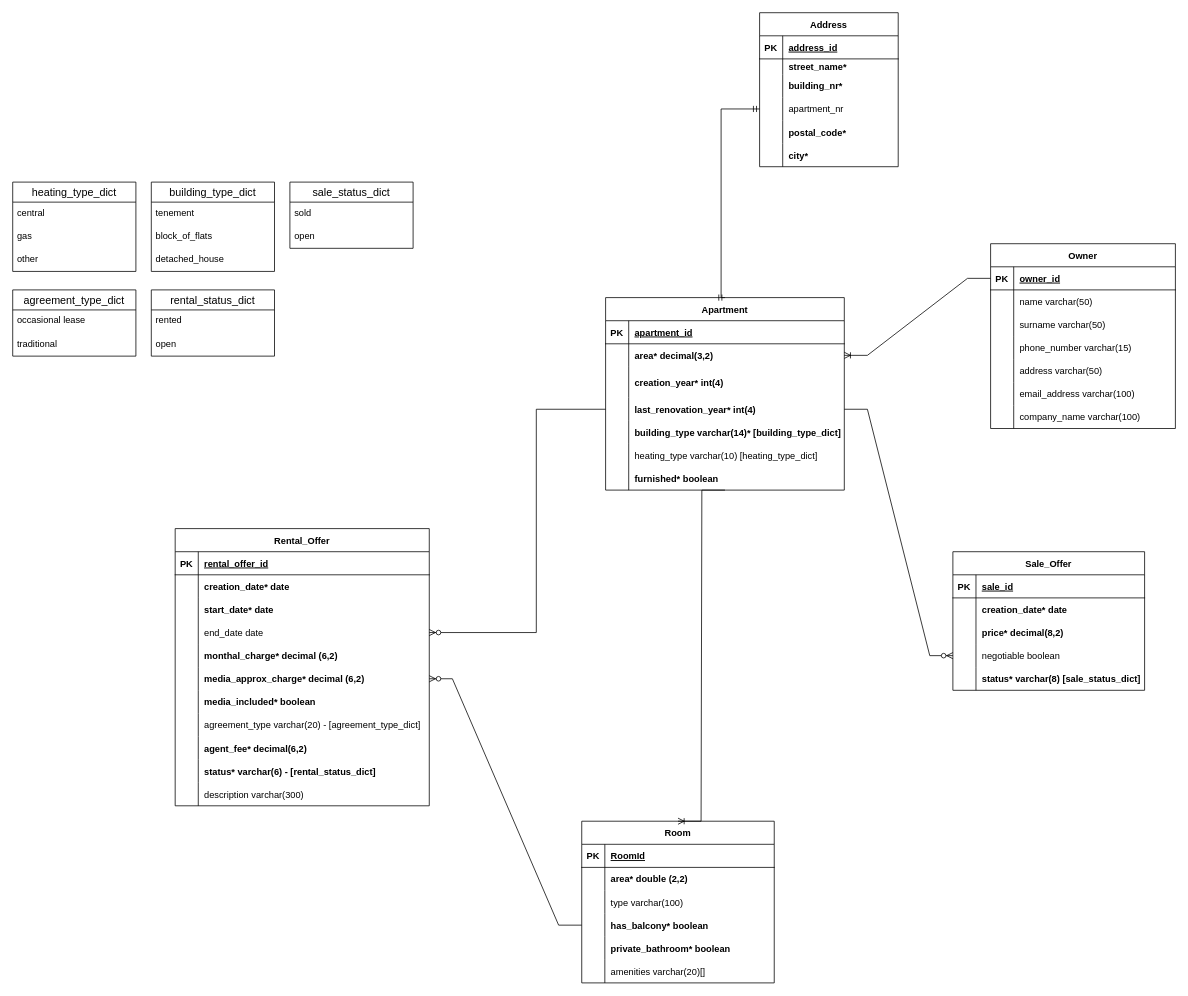
The draw.io diagram data_modeling/RBDMS/data_model.drawio in karolina-kuna/PK_ZTBD_PROJ_1, before the edit. Source tidied: cells renumbered, new cells numbered last; positions are measured from the earlier drawing's top-left corner, leaving out a move shared by most shapes. Both pictures are drawn from the tidied source at 77%, with x=0, y=0 at pixel (12, 12).
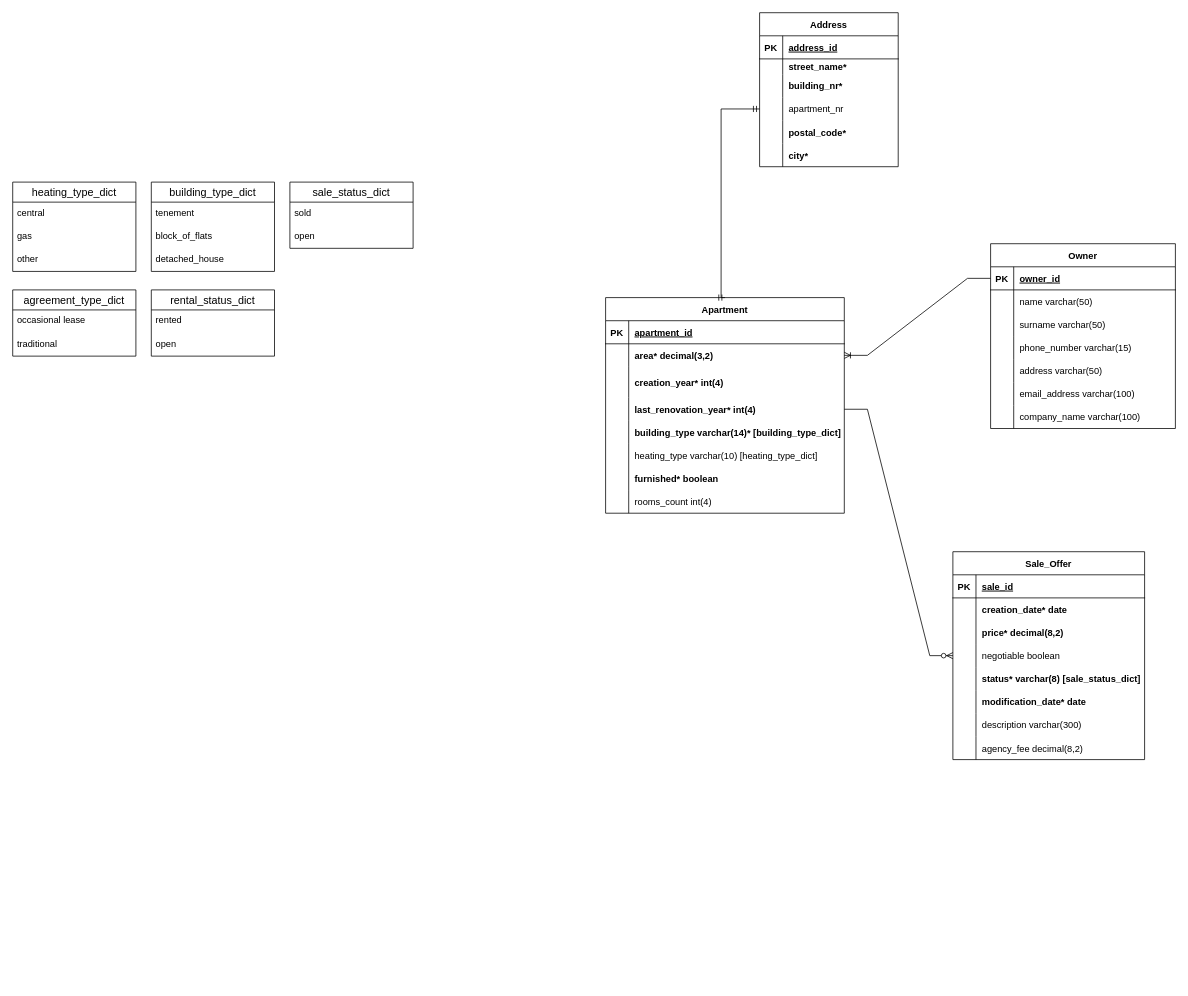
The same diagram, later.

Commit message:
Updated RDBMS model

Unchanged cells that the change refers to:
```xml
<mxCell id="12" style="shape=tableRow;horizontal=0;startSize=0;swimlaneHead=0;swimlaneBody=0;fillColor=none;points=[[0,0.5],[1,0.5]];portConstraint=eastwest;top=0;left=0;right=0;bottom=0;" parent="2" vertex="1">
  <mxGeometry y="130" width="310" height="30" as="geometry" />
</mxCell>
```

Change to the diagram source:
```diff
@@
     <mxCell id="2" value="Apartment" style="shape=table;startSize=30;childLayout=tableLayout;rowLines=0;fontStyle=1;align=center;" parent="1" vertex="1">
-      <mxGeometry x="770" y="370" width="310" height="250" as="geometry" />
+      <mxGeometry x="770" y="370" width="310" height="280" as="geometry" />
     </mxCell>
@@
+    <mxCell id="157" style="shape=tableRow;horizontal=0;startSize=0;swimlaneHead=0;swimlaneBody=0;fillColor=none;top=0;left=0;right=0;bottom=0;" parent="2" vertex="1">
+      <mxGeometry y="250" width="310" height="30" as="geometry" />
+    </mxCell>
+    <mxCell id="158" style="shape=partialRectangle;fillColor=none;top=0;left=0;bottom=0;right=0;overflow=hidden;" parent="157" vertex="1">
+      <mxGeometry width="30" height="30" as="geometry" />
+    </mxCell>
+    <mxCell id="159" value="rooms_count int(4)" style="shape=partialRectangle;fillColor=none;top=0;left=0;bottom=0;right=0;align=left;spacingLeft=6;overflow=hidden;" parent="157" vertex="1">
+      <mxGeometry x="30" width="280" height="30" as="geometry" />
+    </mxCell>
@@
-    <mxCell id="46" value="Rental_Offer" style="shape=table;startSize=30;childLayout=tableLayout;rowLines=0;fontStyle=1;align=center;" parent="1" vertex="1">
-      <mxGeometry x="211" y="670" width="330" height="360" as="geometry" />
-    </mxCell>
-    <mxCell id="47" style="shape=tableRow;horizontal=0;startSize=0;swimlaneHead=0;swimlaneBody=0;fillColor=none;top=0;left=0;right=0;bottom=1;" parent="46" vertex="1">
-      <mxGeometry y="30" width="330" height="30" as="geometry" />
-    </mxCell>
-    <mxCell id="48" value="PK" style="shape=partialRectangle;fillColor=none;top=0;left=0;bottom=0;right=0;fontStyle=1;overflow=hidden;" parent="47" vertex="1">
-      <mxGeometry width="30" height="30" as="geometry" />
-    </mxCell>
-    <mxCell id="49" value="rental_offer_id" style="shape=partialRectangle;fillColor=none;top=0;left=0;bottom=0;right=0;align=left;spacingLeft=6;fontStyle=5;overflow=hidden;" parent="47" vertex="1">
-      <mxGeometry x="30" width="300" height="30" as="geometry" />
-    </mxCell>
-    <mxCell id="50" style="shape=tableRow;horizontal=0;startSize=0;swimlaneHead=0;swimlaneBody=0;fillColor=none;top=0;left=0;right=0;bottom=0;" parent="46" vertex="1">
-      <mxGeometry y="60" width="330" height="30" as="geometry" />
-    </mxCell>
-    <mxCell id="51" style="shape=partialRectangle;fillColor=none;top=0;left=0;bottom=0;right=0;overflow=hidden;" parent="50" vertex="1">
-      <mxGeometry width="30" height="30" as="geometry" />
-    </mxCell>
-    <mxCell id="52" value="creation_date* date" style="shape=partialRectangle;fillColor=none;top=0;left=0;bottom=0;right=0;align=left;spacingLeft=6;overflow=hidden;fontStyle=1;" parent="50" vertex="1">
-      <mxGeometry x="30" width="300" height="30" as="geometry" />
-    </mxCell>
-    <mxCell id="53" style="shape=tableRow;horizontal=0;startSize=0;swimlaneHead=0;swimlaneBody=0;fillColor=none;top=0;left=0;right=0;bottom=0;" parent="46" vertex="1">
-      <mxGeometry y="90" width="330" height="30" as="geometry" />
-    </mxCell>
-    <mxCell id="54" style="shape=partialRectangle;fillColor=none;top=0;left=0;bottom=0;right=0;overflow=hidden;" parent="53" vertex="1">
-      <mxGeometry width="30" height="30" as="geometry" />
-    </mxCell>
-    <mxCell id="55" value="start_date* date" style="shape=partialRectangle;fillColor=none;top=0;left=0;bottom=0;right=0;align=left;spacingLeft=6;overflow=hidden;fontStyle=1;" parent="53" vertex="1">
-      <mxGeometry x="30" width="300" height="30" as="geometry" />
-    </mxCell>
-    <mxCell id="56" style="shape=tableRow;horizontal=0;startSize=0;swimlaneHead=0;swimlaneBody=0;fillColor=none;points=[[0,0.5],[1,0.5]];portConstraint=eastwest;top=0;left=0;right=0;bottom=0;" parent="46" vertex="1">
-      <mxGeometry y="120" width="330" height="30" as="geometry" />
-    </mxCell>
-    <mxCell id="57" style="shape=partialRectangle;fillColor=none;top=0;left=0;bottom=0;right=0;overflow=hidden;" parent="56" vertex="1">
-      <mxGeometry width="30" height="30" as="geometry" />
-    </mxCell>
-    <mxCell id="58" value="end_date date" style="shape=partialRectangle;fillColor=none;top=0;left=0;bottom=0;right=0;align=left;spacingLeft=6;overflow=hidden;" parent="56" vertex="1">
-      <mxGeometry x="30" width="300" height="30" as="geometry" />
-    </mxCell>
-    <mxCell id="59" style="shape=tableRow;horizontal=0;startSize=0;swimlaneHead=0;swimlaneBody=0;fillColor=none;top=0;left=0;right=0;bottom=0;" parent="46" vertex="1">
-      <mxGeometry y="150" width="330" height="30" as="geometry" />
-    </mxCell>
-    <mxCell id="60" style="shape=partialRectangle;fillColor=none;top=0;left=0;bottom=0;right=0;overflow=hidden;" parent="59" vertex="1">
-      <mxGeometry width="30" height="30" as="geometry" />
-    </mxCell>
-    <mxCell id="61" value="monthal_charge* decimal (6,2)" style="shape=partialRectangle;fillColor=none;top=0;left=0;bottom=0;right=0;align=left;spacingLeft=6;overflow=hidden;fontStyle=1;" parent="59" vertex="1">
-      <mxGeometry x="30" width="300" height="30" as="geometry" />
-    </mxCell>
-    <mxCell id="62" style="shape=tableRow;horizontal=0;startSize=0;swimlaneHead=0;swimlaneBody=0;fillColor=none;points=[[0,0.5],[1,0.5]];portConstraint=eastwest;top=0;left=0;right=0;bottom=0;" parent="46" vertex="1">
-      <mxGeometry y="180" width="330" height="30" as="geometry" />
-    </mxCell>
-    <mxCell id="63" style="shape=partialRectangle;fillColor=none;top=0;left=0;bottom=0;right=0;overflow=hidden;" parent="62" vertex="1">
-      <mxGeometry width="30" height="30" as="geometry" />
-    </mxCell>
-    <mxCell id="64" value="media_approx_charge* decimal (6,2)" style="shape=partialRectangle;fillColor=none;top=0;left=0;bottom=0;right=0;align=left;spacingLeft=6;overflow=hidden;fontStyle=1;" parent="62" vertex="1">
-      <mxGeometry x="30" width="300" height="30" as="geometry" />
-    </mxCell>
-    <mxCell id="65" style="shape=tableRow;horizontal=0;startSize=0;swimlaneHead=0;swimlaneBody=0;fillColor=none;top=0;left=0;right=0;bottom=0;" parent="46" vertex="1">
-      <mxGeometry y="210" width="330" height="30" as="geometry" />
-    </mxCell>
-    <mxCell id="66" style="shape=partialRectangle;fillColor=none;top=0;left=0;bottom=0;right=0;overflow=hidden;" parent="65" vertex="1">
-      <mxGeometry width="30" height="30" as="geometry" />
-    </mxCell>
-    <mxCell id="67" value="media_included* boolean" style="shape=partialRectangle;fillColor=none;top=0;left=0;bottom=0;right=0;align=left;spacingLeft=6;overflow=hidden;fontStyle=1;" parent="65" vertex="1">
-      <mxGeometry x="30" width="300" height="30" as="geometry" />
-    </mxCell>
-    <mxCell id="68" style="shape=tableRow;horizontal=0;startSize=0;swimlaneHead=0;swimlaneBody=0;fillColor=none;top=0;left=0;right=0;bottom=0;" parent="46" vertex="1">
-      <mxGeometry y="240" width="330" height="30" as="geometry" />
-    </mxCell>
-    <mxCell id="69" style="shape=partialRectangle;fillColor=none;top=0;left=0;bottom=0;right=0;overflow=hidden;" parent="68" vertex="1">
-      <mxGeometry width="30" height="30" as="geometry" />
-    </mxCell>
-    <mxCell id="70" value="agreement_type varchar(20) - [agreement_type_dict]" style="shape=partialRectangle;fillColor=none;top=0;left=0;bottom=0;right=0;align=left;spacingLeft=6;overflow=hidden;" parent="68" vertex="1">
-      <mxGeometry x="30" width="300" height="30" as="geometry" />
-    </mxCell>
-    <mxCell id="71" style="shape=tableRow;horizontal=0;startSize=0;swimlaneHead=0;swimlaneBody=0;fillColor=none;top=0;left=0;right=0;bottom=0;" parent="46" vertex="1">
-      <mxGeometry y="270" width="330" height="30" as="geometry" />
-    </mxCell>
-    <mxCell id="72" style="shape=partialRectangle;fillColor=none;top=0;left=0;bottom=0;right=0;overflow=hidden;" parent="71" vertex="1">
-      <mxGeometry width="30" height="30" as="geometry" />
-    </mxCell>
-    <mxCell id="73" value="agent_fee* decimal(6,2) " style="shape=partialRectangle;fillColor=none;top=0;left=0;bottom=0;right=0;align=left;spacingLeft=6;overflow=hidden;fontStyle=1;" parent="71" vertex="1">
-      <mxGeometry x="30" width="300" height="30" as="geometry" />
-    </mxCell>
-    <mxCell id="74" style="shape=tableRow;horizontal=0;startSize=0;swimlaneHead=0;swimlaneBody=0;fillColor=none;top=0;left=0;right=0;bottom=0;" parent="46" vertex="1">
-      <mxGeometry y="300" width="330" height="30" as="geometry" />
-    </mxCell>
-    <mxCell id="75" style="shape=partialRectangle;fillColor=none;top=0;left=0;bottom=0;right=0;overflow=hidden;" parent="74" vertex="1">
-      <mxGeometry width="30" height="30" as="geometry" />
-    </mxCell>
-    <mxCell id="76" value="status* varchar(6) - [rental_status_dict] " style="shape=partialRectangle;fillColor=none;top=0;left=0;bottom=0;right=0;align=left;spacingLeft=6;overflow=hidden;fontStyle=1;" parent="74" vertex="1">
-      <mxGeometry x="30" width="300" height="30" as="geometry" />
-    </mxCell>
-    <mxCell id="77" style="shape=tableRow;horizontal=0;startSize=0;swimlaneHead=0;swimlaneBody=0;fillColor=none;top=0;left=0;right=0;bottom=0;" parent="46" vertex="1">
-      <mxGeometry y="330" width="330" height="30" as="geometry" />
-    </mxCell>
-    <mxCell id="78" style="shape=partialRectangle;fillColor=none;top=0;left=0;bottom=0;right=0;overflow=hidden;" parent="77" vertex="1">
-      <mxGeometry width="30" height="30" as="geometry" />
-    </mxCell>
-    <mxCell id="79" value="description varchar(300)" style="shape=partialRectangle;fillColor=none;top=0;left=0;bottom=0;right=0;align=left;spacingLeft=6;overflow=hidden;fontStyle=0;" parent="77" vertex="1">
-      <mxGeometry x="30" width="300" height="30" as="geometry" />
-    </mxCell>
     <mxCell id="80" value="Sale_Offer" style="shape=table;startSize=30;childLayout=tableLayout;rowLines=0;fontStyle=1;align=center;" parent="1" vertex="1">
-      <mxGeometry x="1221" y="700" width="249" height="180" as="geometry" />
+      <mxGeometry x="1221" y="700" width="249" height="270" as="geometry" />
     </mxCell>
@@
-    <mxCell id="96" value="Room" style="shape=table;startSize=30;childLayout=tableLayout;rowLines=0;fontStyle=1;align=center;" parent="1" vertex="1">
-      <mxGeometry x="739" y="1050" width="250" height="210" as="geometry" />
-    </mxCell>
-    <mxCell id="97" style="shape=tableRow;horizontal=0;startSize=0;swimlaneHead=0;swimlaneBody=0;fillColor=none;top=0;left=0;right=0;bottom=1;" parent="96" vertex="1">
-      <mxGeometry y="30" width="250" height="30" as="geometry" />
-    </mxCell>
-    <mxCell id="98" value="PK" style="shape=partialRectangle;fillColor=none;top=0;left=0;bottom=0;right=0;fontStyle=1;overflow=hidden;" parent="97" vertex="1">
-      <mxGeometry width="30" height="30" as="geometry" />
-    </mxCell>
-    <mxCell id="99" value="RoomId" style="shape=partialRectangle;fillColor=none;top=0;left=0;bottom=0;right=0;align=left;spacingLeft=6;fontStyle=5;overflow=hidden;" parent="97" vertex="1">
-      <mxGeometry x="30" width="220" height="30" as="geometry" />
-    </mxCell>
-    <mxCell id="100" style="shape=tableRow;horizontal=0;startSize=0;swimlaneHead=0;swimlaneBody=0;fillColor=none;top=0;left=0;right=0;bottom=0;" parent="96" vertex="1">
-      <mxGeometry y="60" width="250" height="30" as="geometry" />
-    </mxCell>
-    <mxCell id="101" style="shape=partialRectangle;fillColor=none;top=0;left=0;bottom=0;right=0;overflow=hidden;" parent="100" vertex="1">
-      <mxGeometry width="30" height="30" as="geometry" />
-    </mxCell>
-    <mxCell id="102" value="area* double (2,2)" style="shape=partialRectangle;fillColor=none;top=0;left=0;bottom=0;right=0;align=left;spacingLeft=6;overflow=hidden;fontStyle=1;" parent="100" vertex="1">
-      <mxGeometry x="30" width="220" height="30" as="geometry" />
-    </mxCell>
-    <mxCell id="103" style="shape=tableRow;horizontal=0;startSize=0;swimlaneHead=0;swimlaneBody=0;fillColor=none;top=0;left=0;right=0;bottom=0;" parent="96" vertex="1">
-      <mxGeometry y="90" width="250" height="30" as="geometry" />
-    </mxCell>
-    <mxCell id="104" style="shape=partialRectangle;fillColor=none;top=0;left=0;bottom=0;right=0;overflow=hidden;" parent="103" vertex="1">
-      <mxGeometry width="30" height="30" as="geometry" />
-    </mxCell>
-    <mxCell id="105" value="type varchar(100)" style="shape=partialRectangle;fillColor=none;top=0;left=0;bottom=0;right=0;align=left;spacingLeft=6;overflow=hidden;" parent="103" vertex="1">
-      <mxGeometry x="30" width="220" height="30" as="geometry" />
-    </mxCell>
-    <mxCell id="106" style="shape=tableRow;horizontal=0;startSize=0;swimlaneHead=0;swimlaneBody=0;fillColor=none;points=[[0,0.5],[1,0.5]];portConstraint=eastwest;top=0;left=0;right=0;bottom=0;" parent="96" vertex="1">
-      <mxGeometry y="120" width="250" height="30" as="geometry" />
-    </mxCell>
-    <mxCell id="107" style="shape=partialRectangle;fillColor=none;top=0;left=0;bottom=0;right=0;overflow=hidden;" parent="106" vertex="1">
-      <mxGeometry width="30" height="30" as="geometry" />
-    </mxCell>
-    <mxCell id="108" value="has_balcony* boolean" style="shape=partialRectangle;fillColor=none;top=0;left=0;bottom=0;right=0;align=left;spacingLeft=6;overflow=hidden;fontStyle=1;" parent="106" vertex="1">
-      <mxGeometry x="30" width="220" height="30" as="geometry" />
-    </mxCell>
-    <mxCell id="109" style="shape=tableRow;horizontal=0;startSize=0;swimlaneHead=0;swimlaneBody=0;fillColor=none;top=0;left=0;right=0;bottom=0;" parent="96" vertex="1">
-      <mxGeometry y="150" width="250" height="30" as="geometry" />
-    </mxCell>
-    <mxCell id="110" style="shape=partialRectangle;fillColor=none;top=0;left=0;bottom=0;right=0;overflow=hidden;" parent="109" vertex="1">
-      <mxGeometry width="30" height="30" as="geometry" />
-    </mxCell>
-    <mxCell id="111" value="private_bathroom* boolean" style="shape=partialRectangle;fillColor=none;top=0;left=0;bottom=0;right=0;align=left;spacingLeft=6;overflow=hidden;fontStyle=1;" parent="109" vertex="1">
-      <mxGeometry x="30" width="220" height="30" as="geometry" />
-    </mxCell>
-    <mxCell id="112" style="shape=tableRow;horizontal=0;startSize=0;swimlaneHead=0;swimlaneBody=0;fillColor=none;top=0;left=0;right=0;bottom=0;" parent="96" vertex="1">
-      <mxGeometry y="180" width="250" height="30" as="geometry" />
-    </mxCell>
-    <mxCell id="113" style="shape=partialRectangle;fillColor=none;top=0;left=0;bottom=0;right=0;overflow=hidden;" parent="112" vertex="1">
-      <mxGeometry width="30" height="30" as="geometry" />
-    </mxCell>
-    <mxCell id="114" value="amenities varchar(20)[]" style="shape=partialRectangle;fillColor=none;top=0;left=0;bottom=0;right=0;align=left;spacingLeft=6;overflow=hidden;" parent="112" vertex="1">
-      <mxGeometry x="30" width="220" height="30" as="geometry" />
-    </mxCell>
-    <mxCell id="115" style="edgeStyle=entityRelationEdgeStyle;fontSize=12;html=1;endArrow=ERoneToMany;exitX=0.5;exitY=1;exitDx=0;exitDy=0;strokeColor=default;rounded=0;jumpStyle=sharp;entryX=0.5;entryY=0;entryDx=0;entryDy=0;" parent="1" edge="1" source="2" target="96">
-      <mxGeometry relative="1" as="geometry" />
-    </mxCell>
+    <mxCell id="160" style="shape=tableRow;horizontal=0;startSize=0;swimlaneHead=0;swimlaneBody=0;fillColor=none;top=0;left=0;right=0;bottom=0;" parent="80" vertex="1">
+      <mxGeometry y="180" width="249" height="30" as="geometry" />
+    </mxCell>
+    <mxCell id="161" style="shape=partialRectangle;fillColor=none;top=0;left=0;bottom=0;right=0;overflow=hidden;" parent="160" vertex="1">
+      <mxGeometry width="30" height="30" as="geometry" />
+    </mxCell>
+    <mxCell id="162" value="modification_date* date" style="shape=partialRectangle;fillColor=none;top=0;left=0;bottom=0;right=0;align=left;spacingLeft=6;overflow=hidden;fontStyle=1;" parent="160" vertex="1">
+      <mxGeometry x="30" width="219" height="30" as="geometry" />
+    </mxCell>
+    <mxCell id="163" style="shape=tableRow;horizontal=0;startSize=0;swimlaneHead=0;swimlaneBody=0;fillColor=none;top=0;left=0;right=0;bottom=0;" parent="80" vertex="1">
+      <mxGeometry y="210" width="249" height="30" as="geometry" />
+    </mxCell>
+    <mxCell id="164" style="shape=partialRectangle;fillColor=none;top=0;left=0;bottom=0;right=0;overflow=hidden;" parent="163" vertex="1">
+      <mxGeometry width="30" height="30" as="geometry" />
+    </mxCell>
+    <mxCell id="79" value="description varchar(300)" style="shape=partialRectangle;fillColor=none;top=0;left=0;bottom=0;right=0;align=left;spacingLeft=6;overflow=hidden;" parent="163" vertex="1">
+      <mxGeometry x="30" width="219" height="30" as="geometry" />
+    </mxCell>
+    <mxCell id="165" style="shape=tableRow;horizontal=0;startSize=0;swimlaneHead=0;swimlaneBody=0;fillColor=none;top=0;left=0;right=0;bottom=0;" parent="80" vertex="1">
+      <mxGeometry y="240" width="249" height="30" as="geometry" />
+    </mxCell>
+    <mxCell id="166" style="shape=partialRectangle;fillColor=none;top=0;left=0;bottom=0;right=0;overflow=hidden;" parent="165" vertex="1">
+      <mxGeometry width="30" height="30" as="geometry" />
+    </mxCell>
+    <mxCell id="167" value="agency_fee decimal(8,2)" style="shape=partialRectangle;fillColor=none;top=0;left=0;bottom=0;right=0;align=left;spacingLeft=6;overflow=hidden;" parent="165" vertex="1">
+      <mxGeometry x="30" width="219" height="30" as="geometry" />
+    </mxCell>
@@
-    <mxCell id="147" style="edgeStyle=elbowEdgeStyle;fontSize=12;html=1;endArrow=ERzeroToMany;endFill=1;rounded=0;jumpStyle=gap;entryX=1;entryY=0.5;entryDx=0;entryDy=0;exitX=0;exitY=0.5;exitDx=0;exitDy=0;" parent="1" edge="1" source="12" target="56">
-      <mxGeometry x="-1" y="122" relative="1" as="geometry">
-        <Array as="points">
-          <mxPoint x="680" y="660" />
-        </Array>
-        <mxPoint x="-70" y="22" as="offset" />
-      </mxGeometry>
-    </mxCell>
-    <mxCell id="148" style="edgeStyle=entityRelationEdgeStyle;fontSize=12;html=1;endArrow=ERzeroToMany;endFill=1;rounded=0;jumpStyle=gap;exitX=0;exitY=0.5;exitDx=0;exitDy=0;entryX=1;entryY=0.5;entryDx=0;entryDy=0;" parent="1" edge="1" source="106" target="62">
-      <mxGeometry x="-1" y="122" relative="1" as="geometry">
-        <mxPoint x="-70" y="22" as="offset" />
-      </mxGeometry>
-    </mxCell>
```
